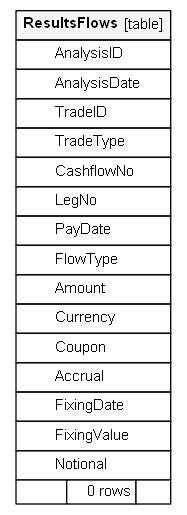
rkapl123/OreControl keeps this Graphviz diagram as docs/schemaDoc/diagrams/orphans/ResultsFlows.1degree.png. Above is the earlier version. Its source is kept beside it as docs/schemaDoc/diagrams/orphans/ResultsFlows.1degree.dot.
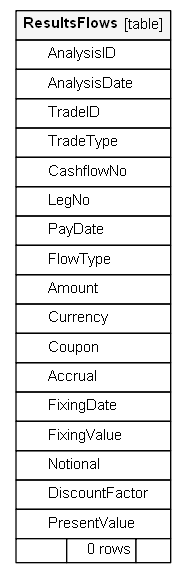
After the commit.

The edit, as a diff of the source:
```diff
@@ -20,21 +20,23 @@
    label=<
     <TABLE BORDER="0" CELLBORDER="1" CELLSPACING="0" BGCOLOR="#ffffff">
       <TR><TD COLSPAN="3"  BGCOLOR="#f5f5f5"><TABLE BORDER="0" CELLSPACING="0"><TR><TD ALIGN="LEFT"><B>ResultsFlows</B></TD><TD ALIGN="RIGHT">[table]</TD></TR></TABLE></TD></TR>
-      <TR><TD PORT="AnalysisID" COLSPAN="3" ALIGN="LEFT"><TABLE BORDER="0" CELLSPACING="0" ALIGN="LEFT"><TR ALIGN="LEFT"><TD ALIGN="LEFT" FIXEDSIZE="TRUE" WIDTH="15" HEIGHT="16"></TD><TD ALIGN="LEFT" FIXEDSIZE="TRUE" WIDTH="77" HEIGHT="16">AnalysisID</TD></TR></TABLE></TD></TR>
-      <TR><TD PORT="AnalysisDate" COLSPAN="3" ALIGN="LEFT"><TABLE BORDER="0" CELLSPACING="0" ALIGN="LEFT"><TR ALIGN="LEFT"><TD ALIGN="LEFT" FIXEDSIZE="TRUE" WIDTH="15" HEIGHT="16"></TD><TD ALIGN="LEFT" FIXEDSIZE="TRUE" WIDTH="77" HEIGHT="16">AnalysisDate</TD></TR></TABLE></TD></TR>
-      <TR><TD PORT="TradeID" COLSPAN="3" ALIGN="LEFT"><TABLE BORDER="0" CELLSPACING="0" ALIGN="LEFT"><TR ALIGN="LEFT"><TD ALIGN="LEFT" FIXEDSIZE="TRUE" WIDTH="15" HEIGHT="16"></TD><TD ALIGN="LEFT" FIXEDSIZE="TRUE" WIDTH="77" HEIGHT="16">TradeID</TD></TR></TABLE></TD></TR>
-      <TR><TD PORT="TradeType" COLSPAN="3" ALIGN="LEFT"><TABLE BORDER="0" CELLSPACING="0" ALIGN="LEFT"><TR ALIGN="LEFT"><TD ALIGN="LEFT" FIXEDSIZE="TRUE" WIDTH="15" HEIGHT="16"></TD><TD ALIGN="LEFT" FIXEDSIZE="TRUE" WIDTH="77" HEIGHT="16">TradeType</TD></TR></TABLE></TD></TR>
-      <TR><TD PORT="CashflowNo" COLSPAN="3" ALIGN="LEFT"><TABLE BORDER="0" CELLSPACING="0" ALIGN="LEFT"><TR ALIGN="LEFT"><TD ALIGN="LEFT" FIXEDSIZE="TRUE" WIDTH="15" HEIGHT="16"></TD><TD ALIGN="LEFT" FIXEDSIZE="TRUE" WIDTH="77" HEIGHT="16">CashflowNo</TD></TR></TABLE></TD></TR>
-      <TR><TD PORT="LegNo" COLSPAN="3" ALIGN="LEFT"><TABLE BORDER="0" CELLSPACING="0" ALIGN="LEFT"><TR ALIGN="LEFT"><TD ALIGN="LEFT" FIXEDSIZE="TRUE" WIDTH="15" HEIGHT="16"></TD><TD ALIGN="LEFT" FIXEDSIZE="TRUE" WIDTH="77" HEIGHT="16">LegNo</TD></TR></TABLE></TD></TR>
-      <TR><TD PORT="PayDate" COLSPAN="3" ALIGN="LEFT"><TABLE BORDER="0" CELLSPACING="0" ALIGN="LEFT"><TR ALIGN="LEFT"><TD ALIGN="LEFT" FIXEDSIZE="TRUE" WIDTH="15" HEIGHT="16"></TD><TD ALIGN="LEFT" FIXEDSIZE="TRUE" WIDTH="77" HEIGHT="16">PayDate</TD></TR></TABLE></TD></TR>
-      <TR><TD PORT="FlowType" COLSPAN="3" ALIGN="LEFT"><TABLE BORDER="0" CELLSPACING="0" ALIGN="LEFT"><TR ALIGN="LEFT"><TD ALIGN="LEFT" FIXEDSIZE="TRUE" WIDTH="15" HEIGHT="16"></TD><TD ALIGN="LEFT" FIXEDSIZE="TRUE" WIDTH="77" HEIGHT="16">FlowType</TD></TR></TABLE></TD></TR>
-      <TR><TD PORT="Amount" COLSPAN="3" ALIGN="LEFT"><TABLE BORDER="0" CELLSPACING="0" ALIGN="LEFT"><TR ALIGN="LEFT"><TD ALIGN="LEFT" FIXEDSIZE="TRUE" WIDTH="15" HEIGHT="16"></TD><TD ALIGN="LEFT" FIXEDSIZE="TRUE" WIDTH="77" HEIGHT="16">Amount</TD></TR></TABLE></TD></TR>
-      <TR><TD PORT="Currency" COLSPAN="3" ALIGN="LEFT"><TABLE BORDER="0" CELLSPACING="0" ALIGN="LEFT"><TR ALIGN="LEFT"><TD ALIGN="LEFT" FIXEDSIZE="TRUE" WIDTH="15" HEIGHT="16"></TD><TD ALIGN="LEFT" FIXEDSIZE="TRUE" WIDTH="77" HEIGHT="16">Currency</TD></TR></TABLE></TD></TR>
-      <TR><TD PORT="Coupon" COLSPAN="3" ALIGN="LEFT"><TABLE BORDER="0" CELLSPACING="0" ALIGN="LEFT"><TR ALIGN="LEFT"><TD ALIGN="LEFT" FIXEDSIZE="TRUE" WIDTH="15" HEIGHT="16"></TD><TD ALIGN="LEFT" FIXEDSIZE="TRUE" WIDTH="77" HEIGHT="16">Coupon</TD></TR></TABLE></TD></TR>
-      <TR><TD PORT="Accrual" COLSPAN="3" ALIGN="LEFT"><TABLE BORDER="0" CELLSPACING="0" ALIGN="LEFT"><TR ALIGN="LEFT"><TD ALIGN="LEFT" FIXEDSIZE="TRUE" WIDTH="15" HEIGHT="16"></TD><TD ALIGN="LEFT" FIXEDSIZE="TRUE" WIDTH="77" HEIGHT="16">Accrual</TD></TR></TABLE></TD></TR>
-      <TR><TD PORT="FixingDate" COLSPAN="3" ALIGN="LEFT"><TABLE BORDER="0" CELLSPACING="0" ALIGN="LEFT"><TR ALIGN="LEFT"><TD ALIGN="LEFT" FIXEDSIZE="TRUE" WIDTH="15" HEIGHT="16"></TD><TD ALIGN="LEFT" FIXEDSIZE="TRUE" WIDTH="77" HEIGHT="16">FixingDate</TD></TR></TABLE></TD></TR>
-      <TR><TD PORT="FixingValue" COLSPAN="3" ALIGN="LEFT"><TABLE BORDER="0" CELLSPACING="0" ALIGN="LEFT"><TR ALIGN="LEFT"><TD ALIGN="LEFT" FIXEDSIZE="TRUE" WIDTH="15" HEIGHT="16"></TD><TD ALIGN="LEFT" FIXEDSIZE="TRUE" WIDTH="77" HEIGHT="16">FixingValue</TD></TR></TABLE></TD></TR>
-      <TR><TD PORT="Notional" COLSPAN="3" ALIGN="LEFT"><TABLE BORDER="0" CELLSPACING="0" ALIGN="LEFT"><TR ALIGN="LEFT"><TD ALIGN="LEFT" FIXEDSIZE="TRUE" WIDTH="15" HEIGHT="16"></TD><TD ALIGN="LEFT" FIXEDSIZE="TRUE" WIDTH="77" HEIGHT="16">Notional</TD></TR></TABLE></TD></TR>
+      <TR><TD PORT="AnalysisID" COLSPAN="3" ALIGN="LEFT"><TABLE BORDER="0" CELLSPACING="0" ALIGN="LEFT"><TR ALIGN="LEFT"><TD ALIGN="LEFT" FIXEDSIZE="TRUE" WIDTH="15" HEIGHT="16"></TD><TD ALIGN="LEFT" FIXEDSIZE="TRUE" WIDTH="88" HEIGHT="16">AnalysisID</TD></TR></TABLE></TD></TR>
+      <TR><TD PORT="AnalysisDate" COLSPAN="3" ALIGN="LEFT"><TABLE BORDER="0" CELLSPACING="0" ALIGN="LEFT"><TR ALIGN="LEFT"><TD ALIGN="LEFT" FIXEDSIZE="TRUE" WIDTH="15" HEIGHT="16"></TD><TD ALIGN="LEFT" FIXEDSIZE="TRUE" WIDTH="88" HEIGHT="16">AnalysisDate</TD></TR></TABLE></TD></TR>
+      <TR><TD PORT="TradeID" COLSPAN="3" ALIGN="LEFT"><TABLE BORDER="0" CELLSPACING="0" ALIGN="LEFT"><TR ALIGN="LEFT"><TD ALIGN="LEFT" FIXEDSIZE="TRUE" WIDTH="15" HEIGHT="16"></TD><TD ALIGN="LEFT" FIXEDSIZE="TRUE" WIDTH="88" HEIGHT="16">TradeID</TD></TR></TABLE></TD></TR>
+      <TR><TD PORT="TradeType" COLSPAN="3" ALIGN="LEFT"><TABLE BORDER="0" CELLSPACING="0" ALIGN="LEFT"><TR ALIGN="LEFT"><TD ALIGN="LEFT" FIXEDSIZE="TRUE" WIDTH="15" HEIGHT="16"></TD><TD ALIGN="LEFT" FIXEDSIZE="TRUE" WIDTH="88" HEIGHT="16">TradeType</TD></TR></TABLE></TD></TR>
+      <TR><TD PORT="CashflowNo" COLSPAN="3" ALIGN="LEFT"><TABLE BORDER="0" CELLSPACING="0" ALIGN="LEFT"><TR ALIGN="LEFT"><TD ALIGN="LEFT" FIXEDSIZE="TRUE" WIDTH="15" HEIGHT="16"></TD><TD ALIGN="LEFT" FIXEDSIZE="TRUE" WIDTH="88" HEIGHT="16">CashflowNo</TD></TR></TABLE></TD></TR>
+      <TR><TD PORT="LegNo" COLSPAN="3" ALIGN="LEFT"><TABLE BORDER="0" CELLSPACING="0" ALIGN="LEFT"><TR ALIGN="LEFT"><TD ALIGN="LEFT" FIXEDSIZE="TRUE" WIDTH="15" HEIGHT="16"></TD><TD ALIGN="LEFT" FIXEDSIZE="TRUE" WIDTH="88" HEIGHT="16">LegNo</TD></TR></TABLE></TD></TR>
+      <TR><TD PORT="PayDate" COLSPAN="3" ALIGN="LEFT"><TABLE BORDER="0" CELLSPACING="0" ALIGN="LEFT"><TR ALIGN="LEFT"><TD ALIGN="LEFT" FIXEDSIZE="TRUE" WIDTH="15" HEIGHT="16"></TD><TD ALIGN="LEFT" FIXEDSIZE="TRUE" WIDTH="88" HEIGHT="16">PayDate</TD></TR></TABLE></TD></TR>
+      <TR><TD PORT="FlowType" COLSPAN="3" ALIGN="LEFT"><TABLE BORDER="0" CELLSPACING="0" ALIGN="LEFT"><TR ALIGN="LEFT"><TD ALIGN="LEFT" FIXEDSIZE="TRUE" WIDTH="15" HEIGHT="16"></TD><TD ALIGN="LEFT" FIXEDSIZE="TRUE" WIDTH="88" HEIGHT="16">FlowType</TD></TR></TABLE></TD></TR>
+      <TR><TD PORT="Amount" COLSPAN="3" ALIGN="LEFT"><TABLE BORDER="0" CELLSPACING="0" ALIGN="LEFT"><TR ALIGN="LEFT"><TD ALIGN="LEFT" FIXEDSIZE="TRUE" WIDTH="15" HEIGHT="16"></TD><TD ALIGN="LEFT" FIXEDSIZE="TRUE" WIDTH="88" HEIGHT="16">Amount</TD></TR></TABLE></TD></TR>
+      <TR><TD PORT="Currency" COLSPAN="3" ALIGN="LEFT"><TABLE BORDER="0" CELLSPACING="0" ALIGN="LEFT"><TR ALIGN="LEFT"><TD ALIGN="LEFT" FIXEDSIZE="TRUE" WIDTH="15" HEIGHT="16"></TD><TD ALIGN="LEFT" FIXEDSIZE="TRUE" WIDTH="88" HEIGHT="16">Currency</TD></TR></TABLE></TD></TR>
+      <TR><TD PORT="Coupon" COLSPAN="3" ALIGN="LEFT"><TABLE BORDER="0" CELLSPACING="0" ALIGN="LEFT"><TR ALIGN="LEFT"><TD ALIGN="LEFT" FIXEDSIZE="TRUE" WIDTH="15" HEIGHT="16"></TD><TD ALIGN="LEFT" FIXEDSIZE="TRUE" WIDTH="88" HEIGHT="16">Coupon</TD></TR></TABLE></TD></TR>
+      <TR><TD PORT="Accrual" COLSPAN="3" ALIGN="LEFT"><TABLE BORDER="0" CELLSPACING="0" ALIGN="LEFT"><TR ALIGN="LEFT"><TD ALIGN="LEFT" FIXEDSIZE="TRUE" WIDTH="15" HEIGHT="16"></TD><TD ALIGN="LEFT" FIXEDSIZE="TRUE" WIDTH="88" HEIGHT="16">Accrual</TD></TR></TABLE></TD></TR>
+      <TR><TD PORT="FixingDate" COLSPAN="3" ALIGN="LEFT"><TABLE BORDER="0" CELLSPACING="0" ALIGN="LEFT"><TR ALIGN="LEFT"><TD ALIGN="LEFT" FIXEDSIZE="TRUE" WIDTH="15" HEIGHT="16"></TD><TD ALIGN="LEFT" FIXEDSIZE="TRUE" WIDTH="88" HEIGHT="16">FixingDate</TD></TR></TABLE></TD></TR>
+      <TR><TD PORT="FixingValue" COLSPAN="3" ALIGN="LEFT"><TABLE BORDER="0" CELLSPACING="0" ALIGN="LEFT"><TR ALIGN="LEFT"><TD ALIGN="LEFT" FIXEDSIZE="TRUE" WIDTH="15" HEIGHT="16"></TD><TD ALIGN="LEFT" FIXEDSIZE="TRUE" WIDTH="88" HEIGHT="16">FixingValue</TD></TR></TABLE></TD></TR>
+      <TR><TD PORT="Notional" COLSPAN="3" ALIGN="LEFT"><TABLE BORDER="0" CELLSPACING="0" ALIGN="LEFT"><TR ALIGN="LEFT"><TD ALIGN="LEFT" FIXEDSIZE="TRUE" WIDTH="15" HEIGHT="16"></TD><TD ALIGN="LEFT" FIXEDSIZE="TRUE" WIDTH="88" HEIGHT="16">Notional</TD></TR></TABLE></TD></TR>
+      <TR><TD PORT="DiscountFactor" COLSPAN="3" ALIGN="LEFT"><TABLE BORDER="0" CELLSPACING="0" ALIGN="LEFT"><TR ALIGN="LEFT"><TD ALIGN="LEFT" FIXEDSIZE="TRUE" WIDTH="15" HEIGHT="16"></TD><TD ALIGN="LEFT" FIXEDSIZE="TRUE" WIDTH="88" HEIGHT="16">DiscountFactor</TD></TR></TABLE></TD></TR>
+      <TR><TD PORT="PresentValue" COLSPAN="3" ALIGN="LEFT"><TABLE BORDER="0" CELLSPACING="0" ALIGN="LEFT"><TR ALIGN="LEFT"><TD ALIGN="LEFT" FIXEDSIZE="TRUE" WIDTH="15" HEIGHT="16"></TD><TD ALIGN="LEFT" FIXEDSIZE="TRUE" WIDTH="88" HEIGHT="16">PresentValue</TD></TR></TABLE></TD></TR>
       <TR><TD ALIGN="LEFT" BGCOLOR="#ffffff">  </TD><TD ALIGN="RIGHT" BGCOLOR="#ffffff">0 rows</TD><TD ALIGN="RIGHT" BGCOLOR="#ffffff">  </TD></TR>
     </TABLE>>
     URL="tables/ResultsFlows.html"
```
